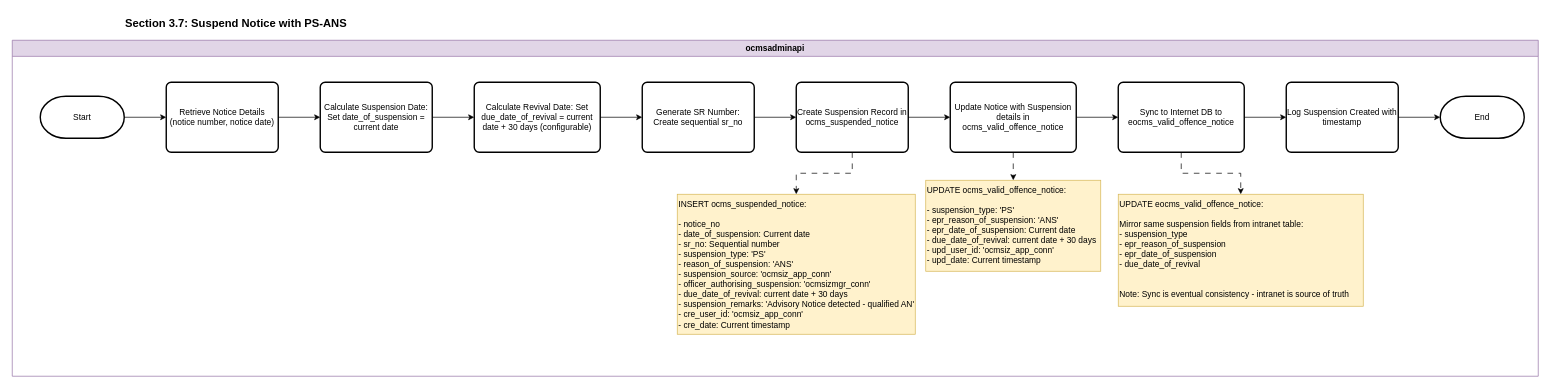
Above: page "3.7_Suspend_PS_ANS" (10 of 12) of OCMS 10/OCMS10_Flowchart.drawio in rafifmgg/techdoc (draw.io), before the change. Source tidied: cells renumbered, new cells numbered last; positions are measured from the earlier drawing's top-left corner, leaving out a move shared by most shapes. Both pictures are drawn from the tidied source at 70%, with x=0, y=0 at pixel (12, 12).
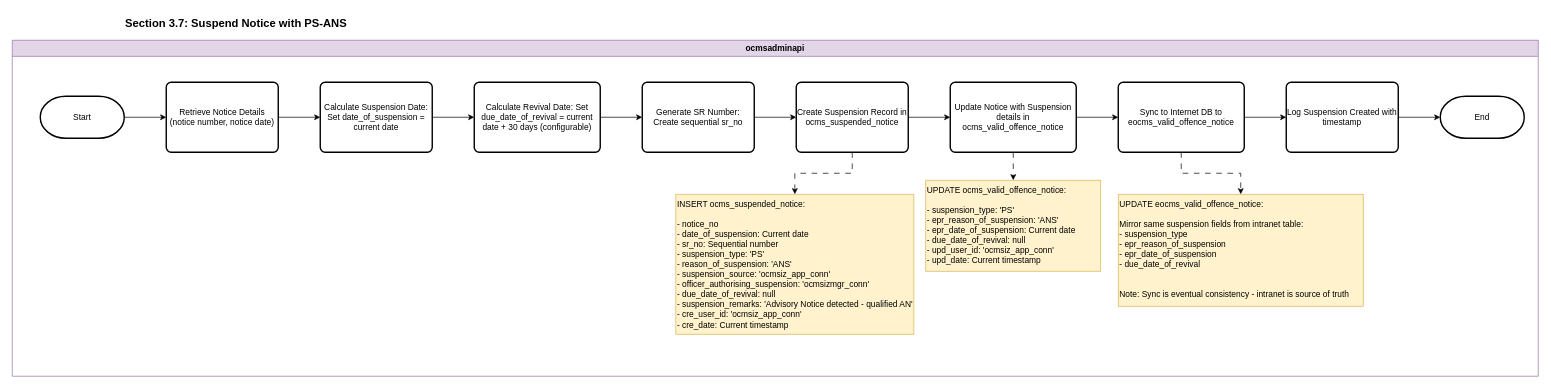
After the change.

The change refers to these unchanged cells:
```xml
<mxCell id="3" value="ocmsadminapi" style="swimlane;whiteSpace=wrap;html=1;fillColor=#e1d5e7;strokeColor=#9673a6;" parent="1" vertex="1">
  <mxGeometry y="40" width="2180" height="480" as="geometry" />
</mxCell>
```

Diff of the diagram source:
```diff
@@
-    <mxCell id="14" value="INSERT ocms_suspended_notice:&lt;br&gt;&lt;br&gt;- notice_no&lt;br&gt;- date_of_suspension: Current date&lt;br&gt;- sr_no: Sequential number&lt;br&gt;- suspension_type: 'PS'&lt;br&gt;- reason_of_suspension: 'ANS'&lt;br&gt;- suspension_source: 'ocmsiz_app_conn'&lt;br&gt;- officer_authorising_suspension: 'ocmsizmgr_conn'&lt;br&gt;- due_date_of_revival: current date + 30 days&lt;br&gt;- suspension_remarks: 'Advisory Notice detected - qualified AN'&lt;br&gt;- cre_user_id: 'ocmsiz_app_conn'&lt;br&gt;- cre_date: Current timestamp" style="text;html=1;whiteSpace=wrap;strokeColor=#d6b656;fillColor=#fff2cc;align=left;verticalAlign=top;rounded=0;" parent="3" vertex="1">
-      <mxGeometry x="950" y="220" width="340" height="200" as="geometry" />
+    <mxCell id="14" value="INSERT ocms_suspended_notice:&lt;br&gt;&lt;br&gt;- notice_no&lt;br&gt;- date_of_suspension: Current date&lt;br&gt;- sr_no: Sequential number&lt;br&gt;- suspension_type: 'PS'&lt;br&gt;- reason_of_suspension: 'ANS'&lt;br&gt;- suspension_source: 'ocmsiz_app_conn'&lt;br&gt;- officer_authorising_suspension: 'ocmsizmgr_conn'&lt;br&gt;- due_date_of_revival: null&lt;br&gt;- suspension_remarks: 'Advisory Notice detected - qualified AN'&lt;br&gt;- cre_user_id: 'ocmsiz_app_conn'&lt;br&gt;- cre_date: Current timestamp" style="text;html=1;whiteSpace=wrap;strokeColor=#d6b656;fillColor=#fff2cc;align=left;verticalAlign=top;rounded=0;" parent="3" vertex="1">
+      <mxGeometry x="948" y="220" width="340" height="200" as="geometry" />
     </mxCell>
@@
-    <mxCell id="18" value="UPDATE ocms_valid_offence_notice:&lt;br&gt;&lt;br&gt;- suspension_type: 'PS'&lt;br&gt;- epr_reason_of_suspension: 'ANS'&lt;br&gt;- epr_date_of_suspension: Current date&lt;br&gt;- due_date_of_revival: current date + 30 days&lt;br&gt;- upd_user_id: 'ocmsiz_app_conn'&lt;br&gt;- upd_date: Current timestamp" style="text;html=1;whiteSpace=wrap;strokeColor=#d6b656;fillColor=#fff2cc;align=left;verticalAlign=top;rounded=0;" parent="3" vertex="1">
+    <mxCell id="18" value="UPDATE ocms_valid_offence_notice:&lt;br&gt;&lt;br&gt;- suspension_type: 'PS'&lt;br&gt;- epr_reason_of_suspension: 'ANS'&lt;br&gt;- epr_date_of_suspension: Current date&lt;br&gt;- due_date_of_revival: null&lt;br&gt;- upd_user_id: 'ocmsiz_app_conn'&lt;br&gt;- upd_date: Current timestamp" style="text;html=1;whiteSpace=wrap;strokeColor=#d6b656;fillColor=#fff2cc;align=left;verticalAlign=top;rounded=0;" parent="3" vertex="1">
       <mxGeometry x="1305" y="200" width="250" height="130" as="geometry" />
     </mxCell>
```
